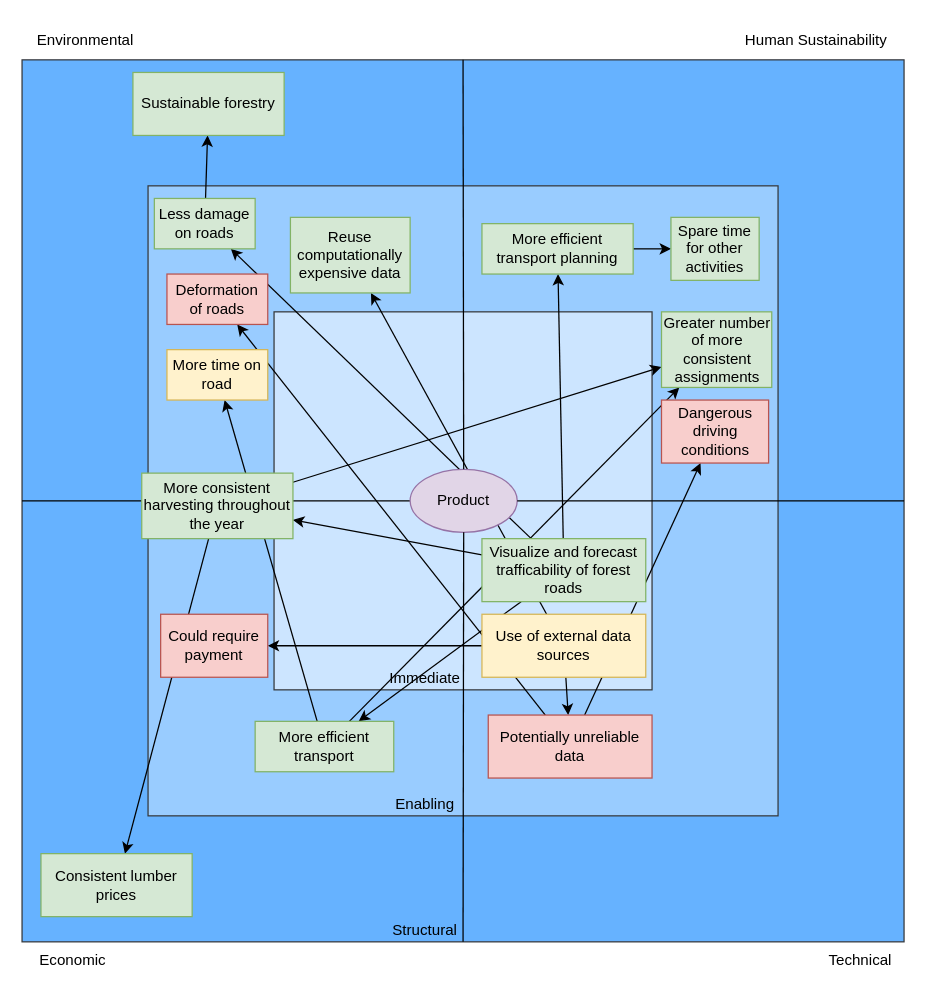
This is susaf.drawio from skogkursbachelor/diagrams, a draw.io file, before an edit. Source tidied: cells renumbered, new cells numbered last; positions are measured from the earlier drawing's top-left corner, leaving out a move shared by most shapes. Both pictures are drawn from the tidied source at 126%, with x=0, y=0 at pixel (21, 21).
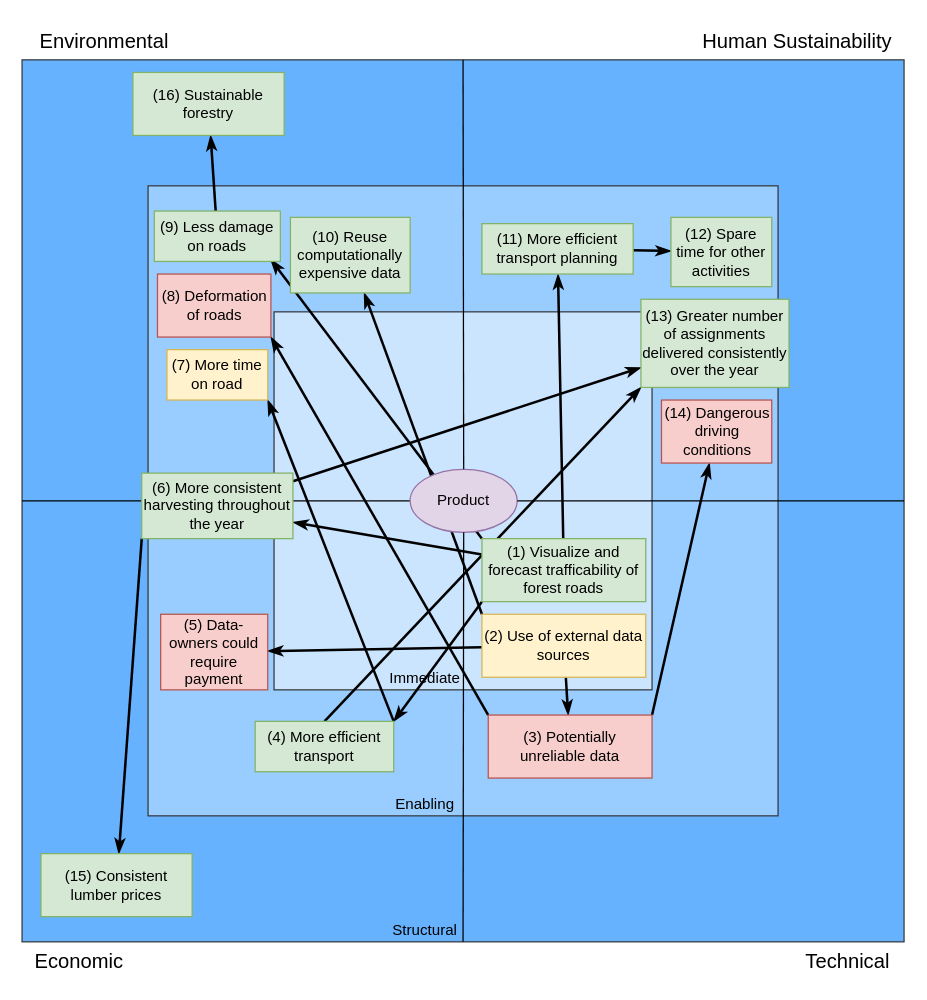
The same page after the edit.

Unchanged cells that the change refers to:
```xml
<mxCell id="2" value="Structural" style="fillColor=#66B2FF;strokeColor=#36393d;verticalAlign=bottom;align=center;spacingBottom=0;spacingRight=60;labelPosition=center;verticalLabelPosition=middle;horizontal=1;html=1;whiteSpace=wrap;textShadow=0;labelBorderColor=none;labelBackgroundColor=none;textDirection=rtl;" parent="1" vertex="1">
  <mxGeometry y="30" width="700" height="700" as="geometry" />
</mxCell>
<mxCell id="21" value="Product" style="ellipse;whiteSpace=wrap;html=1;fillColor=#e1d5e7;strokeColor=#9673a6;" parent="1" vertex="1">
  <mxGeometry x="308" y="355" width="85" height="50" as="geometry" />
</mxCell>
```

The edit, as a diff of the source:
```diff
@@
-    <mxCell id="5" style="endArrow=none;html=1;rounded=0;exitX=0;exitY=0.5;exitDx=0;exitDy=0;entryX=0;entryY=0.5;entryDx=0;entryDy=0;" parent="1" edge="1" source="2" target="21">
+    <mxCell id="5" style="endArrow=none;html=1;rounded=0;exitX=0;exitY=0.5;exitDx=0;exitDy=0;entryX=0;entryY=0.5;entryDx=0;entryDy=0;endFill=1;startFill=0;" parent="1" edge="1" source="2" target="21">
       <mxGeometry relative="1" as="geometry" />
     </mxCell>
-    <mxCell id="6" style="rounded=0;jettySize=auto;html=1;elbow=vertical;curved=0;" parent="1" edge="1" source="22" target="33">
+    <mxCell id="6" style="rounded=0;jettySize=auto;html=1;elbow=vertical;curved=0;entryX=1;entryY=0.75;entryDx=0;entryDy=0;exitX=0;exitY=0.25;exitDx=0;exitDy=0;strokeWidth=2;jumpStyle=none;endArrow=classicThin;endFill=1;" parent="1" edge="1" source="22" target="33">
       <mxGeometry relative="1" as="geometry" />
     </mxCell>
-    <mxCell id="7" style="rounded=0;jettySize=auto;html=1;elbow=vertical;curved=0;" parent="1" edge="1" source="22" target="27">
+    <mxCell id="7" style="rounded=0;jettySize=auto;html=1;elbow=vertical;curved=0;exitX=0;exitY=1;exitDx=0;exitDy=0;entryX=1;entryY=0;entryDx=0;entryDy=0;strokeWidth=2;jumpStyle=none;endArrow=classicThin;endFill=1;" parent="1" edge="1" source="22" target="27">
       <mxGeometry relative="1" as="geometry" />
     </mxCell>
-    <mxCell id="8" style="rounded=0;jettySize=auto;html=1;elbow=vertical;curved=0;" parent="1" edge="1" source="22" target="29">
+    <mxCell id="8" style="rounded=0;jettySize=auto;html=1;elbow=vertical;curved=0;exitX=0;exitY=0;exitDx=0;exitDy=0;strokeWidth=2;jumpStyle=none;endArrow=classicThin;endFill=1;entryX=0.923;entryY=0.958;entryDx=0;entryDy=0;entryPerimeter=0;" parent="1" edge="1" source="22" target="29">
       <mxGeometry relative="1" as="geometry" />
     </mxCell>
-    <mxCell id="9" style="rounded=0;jettySize=auto;html=1;elbow=vertical;curved=0;" parent="1" edge="1" source="22" target="34">
+    <mxCell id="9" style="rounded=0;jettySize=auto;html=1;elbow=vertical;curved=0;strokeWidth=2;jumpStyle=none;endArrow=classicThin;endFill=1;" parent="1" edge="1" source="22" target="34">
       <mxGeometry relative="1" as="geometry" />
     </mxCell>
-    <mxCell id="10" style="rounded=0;jettySize=auto;html=1;elbow=vertical;curved=0;" parent="1" edge="1" source="27" target="28">
+    <mxCell id="10" style="rounded=0;jettySize=auto;html=1;elbow=vertical;curved=0;exitX=1;exitY=0;exitDx=0;exitDy=0;entryX=1;entryY=1;entryDx=0;entryDy=0;strokeWidth=2;jumpStyle=none;endArrow=classicThin;endFill=1;" parent="1" edge="1" source="27" target="28">
       <mxGeometry relative="1" as="geometry" />
     </mxCell>
-    <mxCell id="11" style="rounded=0;jettySize=auto;html=1;elbow=vertical;curved=0;" parent="1" edge="1" source="27" target="41">
+    <mxCell id="11" style="rounded=0;jettySize=auto;html=1;elbow=vertical;curved=0;entryX=0;entryY=1;entryDx=0;entryDy=0;exitX=0.5;exitY=0;exitDx=0;exitDy=0;strokeWidth=2;jumpStyle=none;endArrow=classicThin;endFill=1;" parent="1" edge="1" source="27" target="41">
       <mxGeometry relative="1" as="geometry" />
     </mxCell>
-    <mxCell id="12" style="rounded=0;jettySize=auto;html=1;elbow=vertical;curved=0;" parent="1" edge="1" source="29" target="30">
+    <mxCell id="12" style="rounded=0;jettySize=auto;html=1;elbow=vertical;curved=0;strokeWidth=2;jumpStyle=none;endArrow=classicThin;endFill=1;" parent="1" edge="1" source="29" target="30">
       <mxGeometry relative="1" as="geometry" />
     </mxCell>
-    <mxCell id="13" style="rounded=0;jettySize=auto;html=1;elbow=vertical;curved=0;" parent="1" edge="1" source="33" target="32">
+    <mxCell id="13" style="rounded=0;jettySize=auto;html=1;elbow=vertical;curved=0;exitX=0;exitY=1;exitDx=0;exitDy=0;strokeWidth=2;jumpStyle=none;endArrow=classicThin;endFill=1;" parent="1" edge="1" source="33" target="32">
       <mxGeometry relative="1" as="geometry" />
     </mxCell>
-    <mxCell id="14" style="rounded=0;jettySize=auto;html=1;elbow=vertical;curved=0;" parent="1" edge="1" source="33" target="41">
+    <mxCell id="14" style="rounded=0;jettySize=auto;html=1;elbow=vertical;curved=0;strokeWidth=2;jumpStyle=none;endArrow=classicThin;endFill=1;" parent="1" edge="1" source="33" target="41">
       <mxGeometry relative="1" as="geometry" />
     </mxCell>
-    <mxCell id="15" style="rounded=0;jettySize=auto;html=1;elbow=vertical;curved=0;" parent="1" edge="1" source="34" target="35">
+    <mxCell id="15" style="rounded=0;jettySize=auto;html=1;elbow=vertical;curved=0;strokeWidth=2;jumpStyle=none;endArrow=classicThin;endFill=1;" parent="1" edge="1" source="34" target="35">
       <mxGeometry relative="1" as="geometry" />
     </mxCell>
-    <mxCell id="16" style="rounded=0;jettySize=auto;html=1;elbow=vertical;curved=0;" parent="1" edge="1" source="36" target="37">
+    <mxCell id="16" style="rounded=0;jettySize=auto;html=1;elbow=vertical;curved=0;exitX=0;exitY=0;exitDx=0;exitDy=0;strokeWidth=2;jumpStyle=none;endArrow=classicThin;endFill=1;" parent="1" edge="1" source="36" target="37">
       <mxGeometry relative="1" as="geometry" />
     </mxCell>
-    <mxCell id="17" style="rounded=0;jettySize=auto;html=1;elbow=vertical;curved=0;" parent="1" edge="1" source="36" target="38">
+    <mxCell id="17" style="rounded=0;jettySize=auto;html=1;elbow=vertical;curved=0;strokeWidth=2;jumpStyle=none;endArrow=classicThin;endFill=1;" parent="1" edge="1" source="36" target="38">
       <mxGeometry relative="1" as="geometry" />
     </mxCell>
-    <mxCell id="18" style="rounded=0;jettySize=auto;html=1;elbow=vertical;curved=0;" parent="1" edge="1" source="36" target="40">
+    <mxCell id="18" style="rounded=0;jettySize=auto;html=1;elbow=vertical;curved=0;strokeWidth=2;jumpStyle=none;endArrow=classicThin;endFill=1;" parent="1" edge="1" source="36" target="40">
       <mxGeometry relative="1" as="geometry" />
     </mxCell>
-    <mxCell id="19" style="rounded=0;jettySize=auto;html=1;elbow=vertical;curved=0;" parent="1" edge="1" source="38" target="39">
+    <mxCell id="19" style="rounded=0;jettySize=auto;html=1;elbow=vertical;curved=0;exitX=1;exitY=0;exitDx=0;exitDy=0;strokeWidth=2;jumpStyle=none;endArrow=classicThin;endFill=1;" parent="1" edge="1" source="38" target="39">
       <mxGeometry relative="1" as="geometry" />
     </mxCell>
-    <mxCell id="20" style="rounded=0;jettySize=auto;html=1;elbow=vertical;curved=0;" parent="1" edge="1" source="38" target="31">
+    <mxCell id="20" style="rounded=0;jettySize=auto;html=1;elbow=vertical;curved=0;exitX=0;exitY=0;exitDx=0;exitDy=0;entryX=1;entryY=1;entryDx=0;entryDy=0;strokeWidth=2;jumpStyle=none;endArrow=classicThin;endFill=1;" parent="1" edge="1" source="38" target="31">
       <mxGeometry relative="1" as="geometry" />
     </mxCell>
@@
-    <mxCell id="22" value="Visualize and forecast trafficability of forest roads" style="rounded=0;whiteSpace=wrap;html=1;fillColor=#d5e8d4;strokeColor=#82b366;" parent="1" vertex="1">
+    <mxCell id="22" value="(1) Visualize and forecast trafficability of forest roads" style="rounded=0;whiteSpace=wrap;html=1;fillColor=#d5e8d4;strokeColor=#82b366;" parent="1" vertex="1">
       <mxGeometry x="365" y="410" width="130" height="50" as="geometry" />
     </mxCell>
-    <mxCell id="23" value="Human Sustainability" style="text;html=1;align=center;verticalAlign=middle;strokeColor=none;fillColor=none;" parent="1" vertex="1">
-      <mxGeometry x="560" width="140" height="30" as="geometry" />
+    <mxCell id="23" value="Human Sustainability" style="text;html=1;align=center;verticalAlign=middle;strokeColor=none;fillColor=none;fontSize=16;" parent="1" vertex="1">
+      <mxGeometry x="530" width="170" height="30" as="geometry" />
     </mxCell>
-    <mxCell id="24" value="Environmental" style="text;html=1;align=center;verticalAlign=middle;strokeColor=none;fillColor=none;" parent="1" vertex="1">
-      <mxGeometry width="100" height="30" as="geometry" />
+    <mxCell id="24" value="Environmental" style="text;html=1;align=center;verticalAlign=middle;strokeColor=none;fillColor=none;fontSize=16;" parent="1" vertex="1">
+      <mxGeometry width="130" height="30" as="geometry" />
     </mxCell>
-    <mxCell id="25" value="Technical" style="text;html=1;align=center;verticalAlign=middle;strokeColor=none;fillColor=none;" parent="1" vertex="1">
-      <mxGeometry x="630" y="730" width="70" height="30" as="geometry" />
+    <mxCell id="25" value="Technical" style="text;html=1;align=center;verticalAlign=middle;strokeColor=none;fillColor=none;fontSize=16;" parent="1" vertex="1">
+      <mxGeometry x="610" y="730" width="90" height="30" as="geometry" />
     </mxCell>
-    <mxCell id="26" value="Economic" style="text;html=1;align=center;verticalAlign=middle;strokeColor=none;fillColor=none;" parent="1" vertex="1">
-      <mxGeometry y="730" width="80" height="30" as="geometry" />
+    <mxCell id="26" value="Economic" style="text;html=1;align=center;verticalAlign=middle;strokeColor=none;fillColor=none;fontSize=16;" parent="1" vertex="1">
+      <mxGeometry y="730" width="90" height="30" as="geometry" />
     </mxCell>
-    <mxCell id="27" value="More efficient transport" style="rounded=0;whiteSpace=wrap;html=1;fillColor=#d5e8d4;strokeColor=#82b366;" parent="1" vertex="1">
+    <mxCell id="27" value="(4) More efficient transport" style="rounded=0;whiteSpace=wrap;html=1;fillColor=#d5e8d4;strokeColor=#82b366;" parent="1" vertex="1">
       <mxGeometry x="185" y="555" width="110" height="40" as="geometry" />
     </mxCell>
-    <mxCell id="28" value="More time on road" style="rounded=0;whiteSpace=wrap;html=1;fillColor=#fff2cc;strokeColor=#d6b656;" parent="1" vertex="1">
+    <mxCell id="28" value="(7) More time on road" style="rounded=0;whiteSpace=wrap;html=1;fillColor=#fff2cc;strokeColor=#d6b656;" parent="1" vertex="1">
       <mxGeometry x="115" y="260" width="80" height="40" as="geometry" />
     </mxCell>
-    <mxCell id="29" value="Less damage on roads" style="rounded=0;whiteSpace=wrap;html=1;fillColor=#d5e8d4;strokeColor=#82b366;" parent="1" vertex="1">
-      <mxGeometry x="105" y="140" width="80" height="40" as="geometry" />
+    <mxCell id="29" value="(9) Less damage on roads" style="rounded=0;whiteSpace=wrap;html=1;fillColor=#d5e8d4;strokeColor=#82b366;" parent="1" vertex="1">
+      <mxGeometry x="105" y="150" width="100" height="40" as="geometry" />
     </mxCell>
-    <mxCell id="30" value="Sustainable forestry" style="rounded=0;whiteSpace=wrap;html=1;fillColor=#d5e8d4;strokeColor=#82b366;" parent="1" vertex="1">
+    <mxCell id="30" value="(16) Sustainable forestry" style="rounded=0;whiteSpace=wrap;html=1;fillColor=#d5e8d4;strokeColor=#82b366;" parent="1" vertex="1">
       <mxGeometry x="88" y="40" width="120" height="50" as="geometry" />
     </mxCell>
-    <mxCell id="31" value="Deformation of roads" style="rounded=0;whiteSpace=wrap;html=1;fillColor=#f8cecc;strokeColor=#b85450;" parent="1" vertex="1">
-      <mxGeometry x="115" y="200" width="80" height="40" as="geometry" />
+    <mxCell id="31" value="(8) Deformation of roads" style="rounded=0;whiteSpace=wrap;html=1;fillColor=#f8cecc;strokeColor=#b85450;" parent="1" vertex="1">
+      <mxGeometry x="107.5" y="200" width="90" height="50" as="geometry" />
     </mxCell>
-    <mxCell id="32" value="Consistent lumber prices" style="rounded=0;whiteSpace=wrap;html=1;fillColor=#d5e8d4;strokeColor=#82b366;" parent="1" vertex="1">
+    <mxCell id="32" value="(15) Consistent lumber prices" style="rounded=0;whiteSpace=wrap;html=1;fillColor=#d5e8d4;strokeColor=#82b366;" parent="1" vertex="1">
       <mxGeometry x="15" y="660" width="120" height="50" as="geometry" />
     </mxCell>
-    <mxCell id="33" value="More consistent harvesting throughout the year" style="rounded=0;whiteSpace=wrap;html=1;fillColor=#d5e8d4;strokeColor=#82b366;" parent="1" vertex="1">
+    <mxCell id="33" value="(6) More consistent harvesting throughout the year" style="rounded=0;whiteSpace=wrap;html=1;fillColor=#d5e8d4;strokeColor=#82b366;" parent="1" vertex="1">
       <mxGeometry x="95" y="358" width="120" height="52" as="geometry" />
     </mxCell>
-    <mxCell id="34" value="More efficient transport planning" style="rounded=0;whiteSpace=wrap;html=1;fillColor=#d5e8d4;strokeColor=#82b366;" parent="1" vertex="1">
+    <mxCell id="34" value="(11) More efficient transport planning" style="rounded=0;whiteSpace=wrap;html=1;fillColor=#d5e8d4;strokeColor=#82b366;" parent="1" vertex="1">
       <mxGeometry x="365" y="160" width="120" height="40" as="geometry" />
     </mxCell>
-    <mxCell id="35" value="Spare time for other activities" style="rounded=0;whiteSpace=wrap;html=1;fillColor=#d5e8d4;strokeColor=#82b366;" parent="1" vertex="1">
-      <mxGeometry x="515" y="155" width="70" height="50" as="geometry" />
+    <mxCell id="35" value="(12) Spare time for other activities" style="rounded=0;whiteSpace=wrap;html=1;fillColor=#d5e8d4;strokeColor=#82b366;" parent="1" vertex="1">
+      <mxGeometry x="515" y="155" width="80" height="55" as="geometry" />
     </mxCell>
-    <mxCell id="36" value="Use of external data sources" style="rounded=0;whiteSpace=wrap;html=1;fillColor=#fff2cc;strokeColor=#d6b656;" parent="1" vertex="1">
+    <mxCell id="36" value="(2) Use of external data sources" style="rounded=0;whiteSpace=wrap;html=1;fillColor=#fff2cc;strokeColor=#d6b656;" parent="1" vertex="1">
       <mxGeometry x="365" y="470" width="130" height="50" as="geometry" />
     </mxCell>
-    <mxCell id="37" value="Reuse computationally expensive data" style="rounded=0;whiteSpace=wrap;html=1;fillColor=#d5e8d4;strokeColor=#82b366;" parent="1" vertex="1">
+    <mxCell id="37" value="(10) Reuse computationally expensive data" style="rounded=0;whiteSpace=wrap;html=1;fillColor=#d5e8d4;strokeColor=#82b366;" parent="1" vertex="1">
       <mxGeometry x="213" y="155" width="95" height="60" as="geometry" />
     </mxCell>
-    <mxCell id="38" value="Potentially unreliable data" style="rounded=0;whiteSpace=wrap;html=1;fillColor=#f8cecc;strokeColor=#b85450;" parent="1" vertex="1">
+    <mxCell id="38" value="(3) Potentially unreliable data" style="rounded=0;whiteSpace=wrap;html=1;fillColor=#f8cecc;strokeColor=#b85450;" parent="1" vertex="1">
       <mxGeometry x="370" y="550" width="130" height="50" as="geometry" />
     </mxCell>
-    <mxCell id="39" value="Dangerous driving conditions" style="rounded=0;whiteSpace=wrap;html=1;fillColor=#f8cecc;strokeColor=#b85450;" parent="1" vertex="1">
-      <mxGeometry x="507.5" y="300" width="85" height="50" as="geometry" />
+    <mxCell id="39" value="(14) Dangerous driving conditions" style="rounded=0;whiteSpace=wrap;html=1;fillColor=#f8cecc;strokeColor=#b85450;" parent="1" vertex="1">
+      <mxGeometry x="507.5" y="300" width="87.5" height="50" as="geometry" />
     </mxCell>
-    <mxCell id="40" value="Could require payment" style="rounded=0;whiteSpace=wrap;html=1;fillColor=#f8cecc;strokeColor=#b85450;" parent="1" vertex="1">
-      <mxGeometry x="110" y="470" width="85" height="50" as="geometry" />
+    <mxCell id="40" value="(5) Data-owners could require payment" style="rounded=0;whiteSpace=wrap;html=1;fillColor=#f8cecc;strokeColor=#b85450;" parent="1" vertex="1">
+      <mxGeometry x="110" y="470" width="85" height="60" as="geometry" />
     </mxCell>
-    <mxCell id="41" value="Greater number of more consistent assignments" style="rounded=0;whiteSpace=wrap;html=1;fillColor=#d5e8d4;strokeColor=#82b366;" parent="1" vertex="1">
-      <mxGeometry x="507.5" y="230" width="87.5" height="60" as="geometry" />
+    <mxCell id="41" value="(13) Greater number of assignments delivered consistently over the year" style="rounded=0;whiteSpace=wrap;html=1;fillColor=#d5e8d4;strokeColor=#82b366;" parent="1" vertex="1">
+      <mxGeometry x="491.2" y="220" width="117.5" height="70" as="geometry" />
     </mxCell>
-    <mxCell id="42" style="endArrow=none;html=1;rounded=0;exitX=0.5;exitY=0;exitDx=0;exitDy=0;entryX=0.5;entryY=0;entryDx=0;entryDy=0;" parent="1" edge="1" source="2" target="21">
+    <mxCell id="42" style="endArrow=none;html=1;rounded=0;exitX=0.5;exitY=0;exitDx=0;exitDy=0;entryX=0.5;entryY=0;entryDx=0;entryDy=0;endFill=1;startFill=0;" parent="1" edge="1" source="2" target="21">
       <mxGeometry relative="1" as="geometry" />
     </mxCell>
-    <mxCell id="43" style="endArrow=none;html=1;rounded=0;exitX=0.5;exitY=1;exitDx=0;exitDy=0;entryX=0.5;entryY=1;entryDx=0;entryDy=0;" parent="1" edge="1" source="2" target="21">
+    <mxCell id="43" style="endArrow=none;html=1;rounded=0;exitX=0.5;exitY=1;exitDx=0;exitDy=0;entryX=0.5;entryY=1;entryDx=0;entryDy=0;endFill=1;startFill=0;" parent="1" edge="1" source="2" target="21">
       <mxGeometry relative="1" as="geometry" />
     </mxCell>
-    <mxCell id="44" style="endArrow=none;html=1;rounded=0;exitX=1;exitY=0.5;exitDx=0;exitDy=0;entryX=1;entryY=0.5;entryDx=0;entryDy=0;" parent="1" edge="1" source="2" target="21">
+    <mxCell id="44" style="endArrow=none;html=1;rounded=0;exitX=1;exitY=0.5;exitDx=0;exitDy=0;entryX=1;entryY=0.5;entryDx=0;entryDy=0;endFill=1;startFill=0;" parent="1" edge="1" source="2" target="21">
       <mxGeometry relative="1" as="geometry" />
     </mxCell>
```
